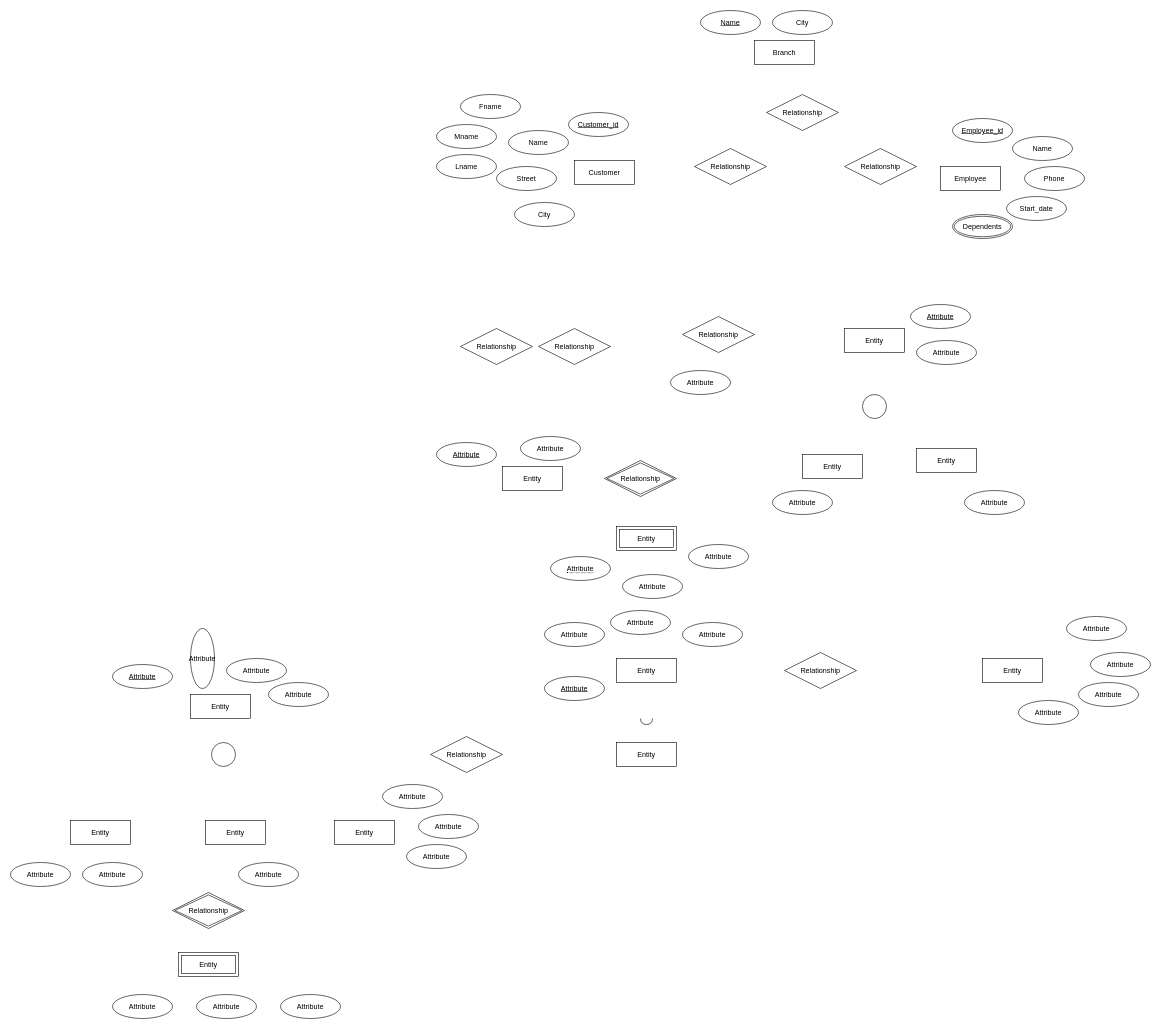
Above: Lab3.drawio in MuhammadIrfan92/Database-Engineering-Semester-7 (draw.io), before the change. Source tidied: cells renumbered, new cells numbered last; positions are measured from the earlier drawing's top-left corner, leaving out a move shared by most shapes. Both pictures are drawn from the tidied source at 60%, with x=0, y=0 at pixel (10, 10).
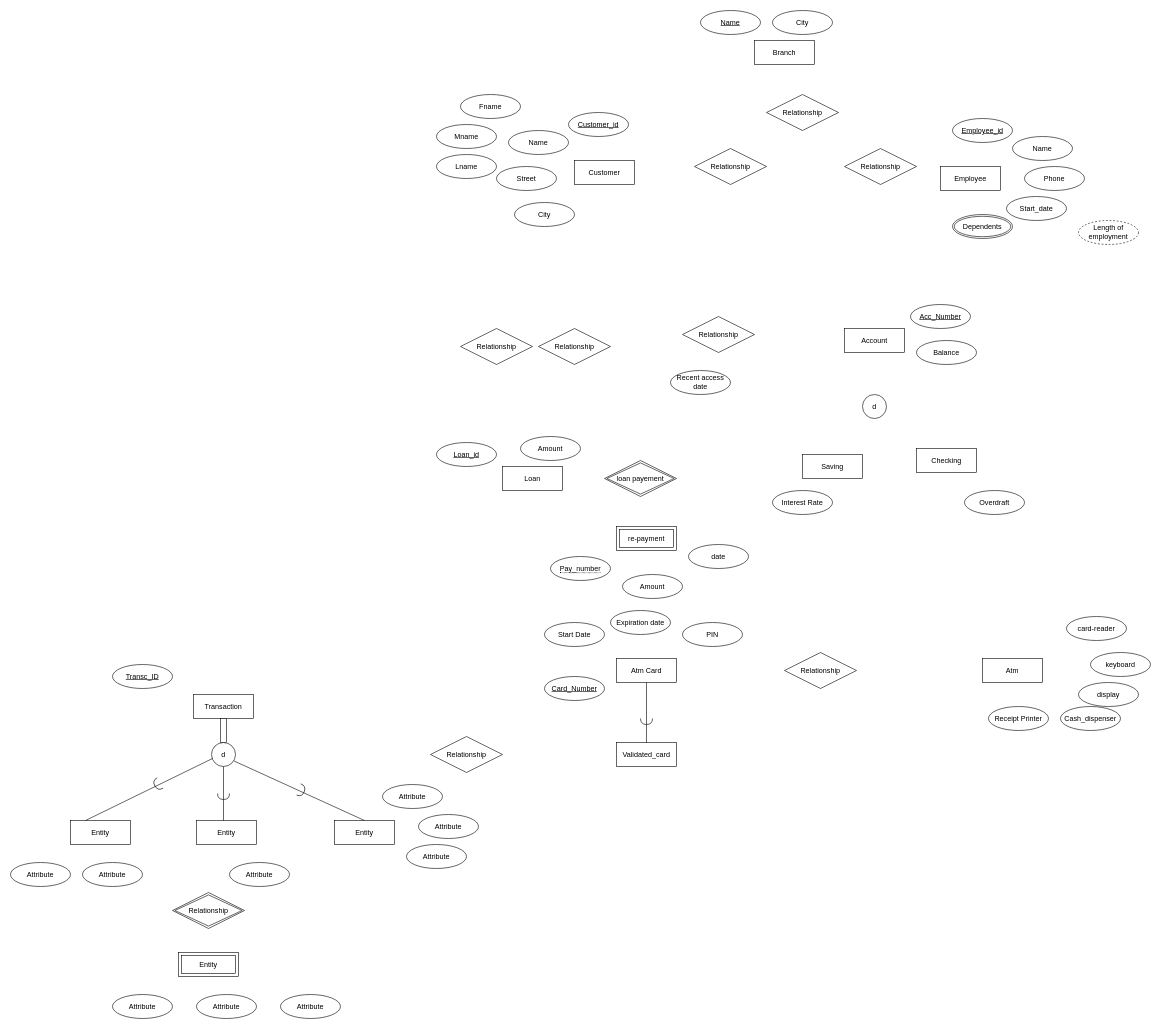
The same diagram, later.

The change refers to these unchanged cells:
```xml
<mxCell id="54" style="ellipse;whiteSpace=wrap;html=1;" parent="1" vertex="1">
  <mxGeometry x="335" y="1220" width="40" height="40" as="geometry" />
</mxCell>
<mxCell id="59" value="Entity" style="whiteSpace=wrap;html=1;align=center;" parent="1" vertex="1">
  <mxGeometry x="540" y="1350" width="100" height="40" as="geometry" />
</mxCell>
<mxCell id="61" value="Entity" style="whiteSpace=wrap;html=1;align=center;" parent="1" vertex="1">
  <mxGeometry x="100" y="1350" width="100" height="40" as="geometry" />
</mxCell>
```

Change to the diagram source:
```diff
@@
-    <mxCell id="16" value="Entity" style="whiteSpace=wrap;html=1;align=center;" parent="1" vertex="1">
+    <mxCell id="16" value="Account" style="whiteSpace=wrap;html=1;align=center;" parent="1" vertex="1">
       <mxGeometry x="1390" y="530" width="100" height="40" as="geometry" />
     </mxCell>
-    <mxCell id="17" value="Attribute" style="ellipse;whiteSpace=wrap;html=1;align=center;" parent="1" vertex="1">
+    <mxCell id="17" value="Balance" style="ellipse;whiteSpace=wrap;html=1;align=center;" parent="1" vertex="1">
       <mxGeometry x="1510" y="550" width="100" height="40" as="geometry" />
     </mxCell>
-    <mxCell id="18" value="Attribute" style="ellipse;whiteSpace=wrap;html=1;align=center;fontStyle=4;" parent="1" vertex="1">
+    <mxCell id="18" value="Acc_Number" style="ellipse;whiteSpace=wrap;html=1;align=center;fontStyle=4;" parent="1" vertex="1">
       <mxGeometry x="1500" y="490" width="100" height="40" as="geometry" />
     </mxCell>
@@
-    <mxCell id="20" value="Entity" style="whiteSpace=wrap;html=1;align=center;" parent="1" vertex="1">
+    <mxCell id="20" value="Checking" style="whiteSpace=wrap;html=1;align=center;" parent="1" vertex="1">
       <mxGeometry x="1510" y="730" width="100" height="40" as="geometry" />
     </mxCell>
-    <mxCell id="21" value="Entity" style="whiteSpace=wrap;html=1;align=center;" parent="1" vertex="1">
+    <mxCell id="21" value="Saving" style="whiteSpace=wrap;html=1;align=center;" parent="1" vertex="1">
       <mxGeometry x="1320" y="740" width="100" height="40" as="geometry" />
     </mxCell>
-    <mxCell id="22" value="Attribute" style="ellipse;whiteSpace=wrap;html=1;align=center;" parent="1" vertex="1">
+    <mxCell id="22" value="Overdraft" style="ellipse;whiteSpace=wrap;html=1;align=center;" parent="1" vertex="1">
       <mxGeometry x="1590" y="800" width="100" height="40" as="geometry" />
     </mxCell>
-    <mxCell id="23" value="Attribute" style="ellipse;whiteSpace=wrap;html=1;align=center;" parent="1" vertex="1">
+    <mxCell id="23" value="Interest Rate" style="ellipse;whiteSpace=wrap;html=1;align=center;" parent="1" vertex="1">
       <mxGeometry x="1270" y="800" width="100" height="40" as="geometry" />
     </mxCell>
@@
-    <mxCell id="25" value="Attribute" style="ellipse;whiteSpace=wrap;html=1;align=center;" parent="1" vertex="1">
+    <mxCell id="25" value="Recent access date" style="ellipse;whiteSpace=wrap;html=1;align=center;" parent="1" vertex="1">
       <mxGeometry x="1100" y="600" width="100" height="40" as="geometry" />
     </mxCell>
@@
-    <mxCell id="31" value="Entity" style="whiteSpace=wrap;html=1;align=center;" parent="1" vertex="1">
+    <mxCell id="31" value="Loan" style="whiteSpace=wrap;html=1;align=center;" parent="1" vertex="1">
       <mxGeometry x="820" y="760" width="100" height="40" as="geometry" />
     </mxCell>
-    <mxCell id="32" value="Attribute" style="ellipse;whiteSpace=wrap;html=1;align=center;fontStyle=4;" parent="1" vertex="1">
+    <mxCell id="32" value="Loan_id" style="ellipse;whiteSpace=wrap;html=1;align=center;fontStyle=4;" parent="1" vertex="1">
       <mxGeometry x="710" y="720" width="100" height="40" as="geometry" />
     </mxCell>
-    <mxCell id="33" value="Attribute" style="ellipse;whiteSpace=wrap;html=1;align=center;" parent="1" vertex="1">
+    <mxCell id="33" value="Amount" style="ellipse;whiteSpace=wrap;html=1;align=center;" parent="1" vertex="1">
       <mxGeometry x="850" y="710" width="100" height="40" as="geometry" />
     </mxCell>
-    <mxCell id="34" value="Relationship" style="shape=rhombus;double=1;perimeter=rhombusPerimeter;whiteSpace=wrap;html=1;align=center;" parent="1" vertex="1">
+    <mxCell id="34" value="loan payement" style="shape=rhombus;double=1;perimeter=rhombusPerimeter;whiteSpace=wrap;html=1;align=center;" parent="1" vertex="1">
       <mxGeometry x="990" y="750" width="120" height="60" as="geometry" />
     </mxCell>
-    <mxCell id="35" value="Entity" style="shape=ext;margin=3;double=1;whiteSpace=wrap;html=1;align=center;" parent="1" vertex="1">
+    <mxCell id="35" value="re-payment" style="shape=ext;margin=3;double=1;whiteSpace=wrap;html=1;align=center;" parent="1" vertex="1">
       <mxGeometry x="1010" y="860" width="100" height="40" as="geometry" />
     </mxCell>
-    <mxCell id="36" value="Attribute" style="ellipse;whiteSpace=wrap;html=1;align=center;" parent="1" vertex="1">
+    <mxCell id="36" value="date" style="ellipse;whiteSpace=wrap;html=1;align=center;" parent="1" vertex="1">
       <mxGeometry x="1130" y="890" width="100" height="40" as="geometry" />
     </mxCell>
-    <mxCell id="37" value="Attribute" style="ellipse;whiteSpace=wrap;html=1;align=center;" parent="1" vertex="1">
+    <mxCell id="37" value="Amount" style="ellipse;whiteSpace=wrap;html=1;align=center;" parent="1" vertex="1">
       <mxGeometry x="1020" y="940" width="100" height="40" as="geometry" />
     </mxCell>
-    <mxCell id="38" value="&lt;span style=&quot;border-bottom: 1px dotted&quot;&gt;Attribute&lt;/span&gt;" style="ellipse;whiteSpace=wrap;html=1;align=center;" parent="1" vertex="1">
+    <mxCell id="38" value="&lt;span style=&quot;border-bottom: 1px dotted&quot;&gt;Pay_number&lt;/span&gt;" style="ellipse;whiteSpace=wrap;html=1;align=center;" parent="1" vertex="1">
       <mxGeometry x="900" y="910" width="100" height="40" as="geometry" />
     </mxCell>
-    <mxCell id="39" value="Entity" style="whiteSpace=wrap;html=1;align=center;" parent="1" vertex="1">
+    <mxCell id="39" value="Atm" style="whiteSpace=wrap;html=1;align=center;" parent="1" vertex="1">
       <mxGeometry x="1620" y="1080" width="100" height="40" as="geometry" />
     </mxCell>
-    <mxCell id="40" value="Attribute" style="ellipse;whiteSpace=wrap;html=1;align=center;" parent="1" vertex="1">
+    <mxCell id="40" value="card-reader" style="ellipse;whiteSpace=wrap;html=1;align=center;" parent="1" vertex="1">
       <mxGeometry x="1760" y="1010" width="100" height="40" as="geometry" />
     </mxCell>
-    <mxCell id="41" value="Attribute" style="ellipse;whiteSpace=wrap;html=1;align=center;" parent="1" vertex="1">
+    <mxCell id="41" value="keyboard" style="ellipse;whiteSpace=wrap;html=1;align=center;" parent="1" vertex="1">
       <mxGeometry x="1800" y="1070" width="100" height="40" as="geometry" />
     </mxCell>
-    <mxCell id="42" value="Attribute" style="ellipse;whiteSpace=wrap;html=1;align=center;" parent="1" vertex="1">
+    <mxCell id="42" value="display" style="ellipse;whiteSpace=wrap;html=1;align=center;" parent="1" vertex="1">
       <mxGeometry x="1780" y="1120" width="100" height="40" as="geometry" />
     </mxCell>
-    <mxCell id="43" value="Attribute" style="ellipse;whiteSpace=wrap;html=1;align=center;" parent="1" vertex="1">
-      <mxGeometry x="1680" y="1150" width="100" height="40" as="geometry" />
+    <mxCell id="43" value="Receipt Printer" style="ellipse;whiteSpace=wrap;html=1;align=center;" parent="1" vertex="1">
+      <mxGeometry x="1630" y="1160" width="100" height="40" as="geometry" />
     </mxCell>
@@
-    <mxCell id="45" value="Entity" style="whiteSpace=wrap;html=1;align=center;" parent="1" vertex="1">
+    <mxCell id="45" value="Atm Card" style="whiteSpace=wrap;html=1;align=center;" parent="1" vertex="1">
       <mxGeometry x="1010" y="1080" width="100" height="40" as="geometry" />
     </mxCell>
-    <mxCell id="46" value="Attribute" style="ellipse;whiteSpace=wrap;html=1;align=center;" parent="1" vertex="1">
+    <mxCell id="46" value="PIN" style="ellipse;whiteSpace=wrap;html=1;align=center;" parent="1" vertex="1">
       <mxGeometry x="1120" y="1020" width="100" height="40" as="geometry" />
     </mxCell>
-    <mxCell id="47" value="Attribute" style="ellipse;whiteSpace=wrap;html=1;align=center;" parent="1" vertex="1">
+    <mxCell id="47" value="Expiration date" style="ellipse;whiteSpace=wrap;html=1;align=center;" parent="1" vertex="1">
       <mxGeometry x="1000" y="1000" width="100" height="40" as="geometry" />
     </mxCell>
-    <mxCell id="48" value="Attribute" style="ellipse;whiteSpace=wrap;html=1;align=center;" parent="1" vertex="1">
+    <mxCell id="48" value="Start Date" style="ellipse;whiteSpace=wrap;html=1;align=center;" parent="1" vertex="1">
       <mxGeometry x="890" y="1020" width="100" height="40" as="geometry" />
     </mxCell>
-    <mxCell id="49" value="Attribute" style="ellipse;whiteSpace=wrap;html=1;align=center;fontStyle=4;" parent="1" vertex="1">
+    <mxCell id="49" value="Card_Number" style="ellipse;whiteSpace=wrap;html=1;align=center;fontStyle=4;" parent="1" vertex="1">
       <mxGeometry x="890" y="1110" width="100" height="40" as="geometry" />
     </mxCell>
-    <mxCell id="50" value="Entity" style="whiteSpace=wrap;html=1;align=center;" parent="1" vertex="1">
+    <mxCell id="50" value="Validated_card" style="whiteSpace=wrap;html=1;align=center;" parent="1" vertex="1">
       <mxGeometry x="1010" y="1220" width="100" height="40" as="geometry" />
     </mxCell>
@@
-    <mxCell id="53" value="Entity" style="whiteSpace=wrap;html=1;align=center;" parent="1" vertex="1">
-      <mxGeometry x="300" y="1140" width="100" height="40" as="geometry" />
+    <mxCell id="53" value="Transaction" style="whiteSpace=wrap;html=1;align=center;" parent="1" vertex="1">
+      <mxGeometry x="305" y="1140" width="100" height="40" as="geometry" />
     </mxCell>
@@
-    <mxCell id="55" value="Attribute" style="ellipse;whiteSpace=wrap;html=1;align=center;fontStyle=4;" parent="1" vertex="1">
+    <mxCell id="55" value="Transc_ID" style="ellipse;whiteSpace=wrap;html=1;align=center;fontStyle=4;" parent="1" vertex="1">
       <mxGeometry x="170" y="1090" width="100" height="40" as="geometry" />
     </mxCell>
-    <mxCell id="56" value="Attribute" style="ellipse;whiteSpace=wrap;html=1;align=center;direction=south;" parent="1" vertex="1">
-      <mxGeometry x="300" y="1030" width="40" height="100" as="geometry" />
-    </mxCell>
-    <mxCell id="57" value="Attribute" style="ellipse;whiteSpace=wrap;html=1;align=center;" parent="1" vertex="1">
-      <mxGeometry x="360" y="1080" width="100" height="40" as="geometry" />
-    </mxCell>
-    <mxCell id="58" value="Attribute" style="ellipse;whiteSpace=wrap;html=1;align=center;" parent="1" vertex="1">
-      <mxGeometry x="430" y="1120" width="100" height="40" as="geometry" />
-    </mxCell>
@@
     <mxCell id="60" value="Entity" style="whiteSpace=wrap;html=1;align=center;" parent="1" vertex="1">
-      <mxGeometry x="325" y="1350" width="100" height="40" as="geometry" />
+      <mxGeometry x="310" y="1350" width="100" height="40" as="geometry" />
     </mxCell>
@@
     <mxCell id="64" value="Attribute" style="ellipse;whiteSpace=wrap;html=1;align=center;" parent="1" vertex="1">
-      <mxGeometry x="380" y="1420" width="100" height="40" as="geometry" />
+      <mxGeometry x="365" y="1420" width="100" height="40" as="geometry" />
     </mxCell>
@@
+    <mxCell id="76" value="Length of employment" style="ellipse;whiteSpace=wrap;html=1;align=center;dashed=1;" parent="1" vertex="1">
+      <mxGeometry x="1780" y="350" width="100" height="40" as="geometry" />
+    </mxCell>
+    <mxCell id="77" value="d" style="text;html=1;strokeColor=none;fillColor=none;align=center;verticalAlign=middle;whiteSpace=wrap;rounded=0;" parent="1" vertex="1">
+      <mxGeometry x="1420" y="650" width="40" height="20" as="geometry" />
+    </mxCell>
+    <mxCell id="78" value="Cash_dispenser" style="ellipse;whiteSpace=wrap;html=1;align=center;" parent="1" vertex="1">
+      <mxGeometry x="1750" y="1160" width="100" height="40" as="geometry" />
+    </mxCell>
+    <mxCell id="79" style="endArrow=none;html=1;exitX=0.5;exitY=1;exitDx=0;exitDy=0;" parent="1" edge="1" source="45" target="50">
+      <mxGeometry relative="1" as="geometry" />
+    </mxCell>
+    <mxCell id="80" value="d" style="text;html=1;strokeColor=none;fillColor=none;align=center;verticalAlign=middle;whiteSpace=wrap;rounded=0;" parent="1" vertex="1">
+      <mxGeometry x="335" y="1230" width="40" height="20" as="geometry" />
+    </mxCell>
+    <mxCell id="81" style="shape=requiredInterface;html=1;verticalLabelPosition=bottom;rotation=90;" parent="1" vertex="1">
+      <mxGeometry x="350" y="1300" width="10" height="20" as="geometry" />
+    </mxCell>
+    <mxCell id="82" style="shape=requiredInterface;html=1;verticalLabelPosition=bottom;rotation=-210;" parent="1" vertex="1">
+      <mxGeometry x="240" y="1280" width="10" height="20" as="geometry" />
+    </mxCell>
+    <mxCell id="83" style="shape=requiredInterface;html=1;verticalLabelPosition=bottom;rotation=20;" parent="1" vertex="1">
+      <mxGeometry x="480" y="1290" width="10" height="20" as="geometry" />
+    </mxCell>
+    <mxCell id="84" style="html=1;perimeter=orthogonalPerimeter;" parent="1" vertex="1">
+      <mxGeometry x="350" y="1180" width="10" height="40" as="geometry" />
+    </mxCell>
+    <mxCell id="85" style="endArrow=none;html=1;exitX=0.93;exitY=1.032;exitDx=0;exitDy=0;entryX=0.5;entryY=0;entryDx=0;entryDy=0;exitPerimeter=0;" parent="1" edge="1" source="80" target="59">
+      <mxGeometry relative="1" as="geometry" />
+    </mxCell>
+    <mxCell id="86" style="endArrow=none;html=1;exitX=0.5;exitY=1;exitDx=0;exitDy=0;entryX=0.45;entryY=0.007;entryDx=0;entryDy=0;entryPerimeter=0;" parent="1" edge="1" source="54" target="60">
+      <mxGeometry relative="1" as="geometry" />
+    </mxCell>
+    <mxCell id="87" style="endArrow=none;html=1;entryX=0.052;entryY=0.662;entryDx=0;entryDy=0;entryPerimeter=0;exitX=0.25;exitY=0;exitDx=0;exitDy=0;" parent="1" edge="1" source="61" target="54">
+      <mxGeometry relative="1" as="geometry" />
+    </mxCell>
```
